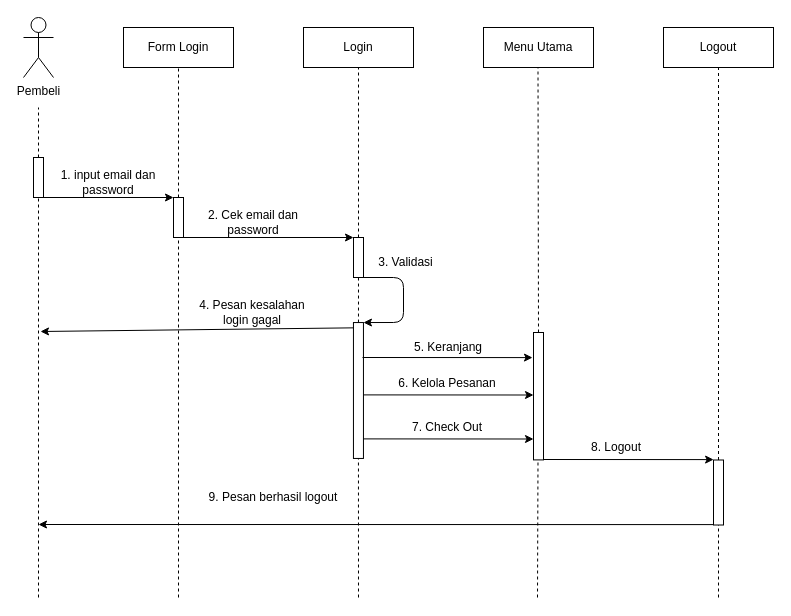
Above: page "SQ-Pembeli" (4 of 25) of SKRIPSI TOKO KUE/ARSIP/FILE MASTER DESAIN/DIAGRAM SKRIPSI TOKO KUE.drawio in Khairul122/JK-WebTokoOnlineRoti-ED (draw.io), before the change. Source tidied: cells renumbered, new cells numbered last; positions are measured from the earlier drawing's top-left corner, leaving out a move shared by most shapes. Both pictures are drawn from the tidied source at 100%, with x=0, y=0 at pixel (18, 17).
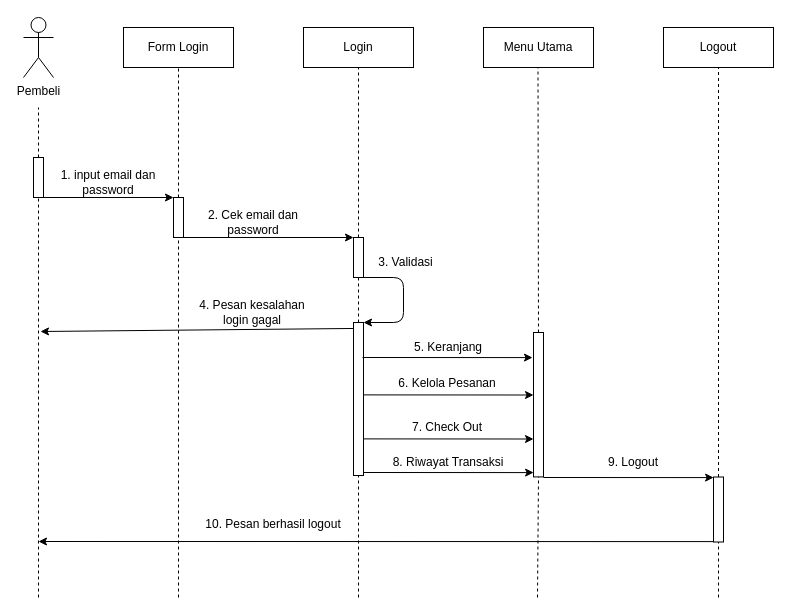
The same page after the edit.

Change to the diagram source:
```diff
@@
     <mxCell id="18" style="rounded=0;whiteSpace=wrap;html=1;strokeWidth=1;fillColor=#FFFFFF;rotation=-90;" parent="1" vertex="1">
-      <mxGeometry x="272" y="368" width="135.9" height="10" as="geometry" />
+      <mxGeometry x="263.5" y="376.5" width="153" height="10" as="geometry" />
     </mxCell>
@@
     <mxCell id="24" style="rounded=0;whiteSpace=wrap;html=1;strokeWidth=1;fillColor=#FFFFFF;rotation=-90;" parent="1" vertex="1">
-      <mxGeometry x="456.3" y="373.7" width="127.4" height="10" as="geometry" />
+      <mxGeometry x="447.8" y="382.2" width="144.4" height="10" as="geometry" />
     </mxCell>
@@
     <mxCell id="33" style="rounded=0;whiteSpace=wrap;html=1;strokeWidth=1;fillColor=#FFFFFF;rotation=-90;" parent="1" vertex="1">
-      <mxGeometry x="667.5" y="470" width="65" height="10" as="geometry" />
+      <mxGeometry x="667.5" y="487" width="65" height="10" as="geometry" />
     </mxCell>
@@
     <mxCell id="35" style="endArrow=classic;html=1;exitX=0.721;exitY=0.992;exitDx=0;exitDy=0;exitPerimeter=0;entryX=0.8;entryY=0;entryDx=0;entryDy=0;entryPerimeter=0;" parent="1" edge="1">
       <mxGeometry relative="1" as="geometry">
-        <mxPoint x="525" y="442" as="sourcePoint" />
-        <mxPoint x="695.1" y="442.1" as="targetPoint" />
+        <mxPoint x="525" y="460" as="sourcePoint" />
+        <mxPoint x="695.1" y="460.1" as="targetPoint" />
       </mxGeometry>
     </mxCell>
-    <mxCell id="36" value="8. Logout" style="text;html=1;strokeColor=none;fillColor=none;align=center;verticalAlign=middle;whiteSpace=wrap;rounded=0;" parent="1" vertex="1">
-      <mxGeometry x="527.5" y="420" width="140" height="20" as="geometry" />
+    <mxCell id="36" value="9. Logout" style="text;html=1;strokeColor=none;fillColor=none;align=center;verticalAlign=middle;whiteSpace=wrap;rounded=0;" parent="1" vertex="1">
+      <mxGeometry x="545" y="435" width="140" height="20" as="geometry" />
     </mxCell>
     <mxCell id="37" style="endArrow=classic;html=1;exitX=0.721;exitY=0.992;exitDx=0;exitDy=0;exitPerimeter=0;" parent="1" edge="1">
       <mxGeometry relative="1" as="geometry">
-        <mxPoint x="695" y="507.1" as="sourcePoint" />
-        <mxPoint x="20" y="507" as="targetPoint" />
+        <mxPoint x="695" y="524.1" as="sourcePoint" />
+        <mxPoint x="20" y="524" as="targetPoint" />
       </mxGeometry>
     </mxCell>
-    <mxCell id="38" value="9. Pesan berhasil logout" style="text;html=1;strokeColor=none;fillColor=none;align=center;verticalAlign=middle;whiteSpace=wrap;rounded=0;" parent="1" vertex="1">
-      <mxGeometry x="165" y="470" width="180" height="20" as="geometry" />
+    <mxCell id="38" value="10. Pesan berhasil logout" style="text;html=1;strokeColor=none;fillColor=none;align=center;verticalAlign=middle;whiteSpace=wrap;rounded=0;" parent="1" vertex="1">
+      <mxGeometry x="165" y="497" width="180" height="20" as="geometry" />
     </mxCell>
@@
-    <mxCell id="40" style="endArrow=none;dashed=1;html=1;entryX=0;entryY=0.5;entryDx=0;entryDy=0;" parent="1" edge="1">
+    <mxCell id="40" style="endArrow=none;dashed=1;html=1;entryX=0;entryY=0.5;entryDx=0;entryDy=0;" parent="1" edge="1" target="24">
       <mxGeometry relative="1" as="geometry">
         <mxPoint x="519" y="580" as="sourcePoint" />
-        <mxPoint x="519.5" y="442.5" as="targetPoint" />
       </mxGeometry>
     </mxCell>
@@
+    <mxCell id="42" value="8. Riwayat Transaksi" style="text;html=1;strokeColor=none;fillColor=none;align=center;verticalAlign=middle;whiteSpace=wrap;rounded=0;" parent="1" vertex="1">
+      <mxGeometry x="360" y="435" width="140" height="20" as="geometry" />
+    </mxCell>
+    <mxCell id="43" style="endArrow=classic;html=1;exitX=0.721;exitY=0.992;exitDx=0;exitDy=0;exitPerimeter=0;entryX=0.8;entryY=0;entryDx=0;entryDy=0;entryPerimeter=0;" parent="1" edge="1">
+      <mxGeometry relative="1" as="geometry">
+        <mxPoint x="345" y="455" as="sourcePoint" />
+        <mxPoint x="515.1" y="455.1" as="targetPoint" />
+      </mxGeometry>
+    </mxCell>
```
